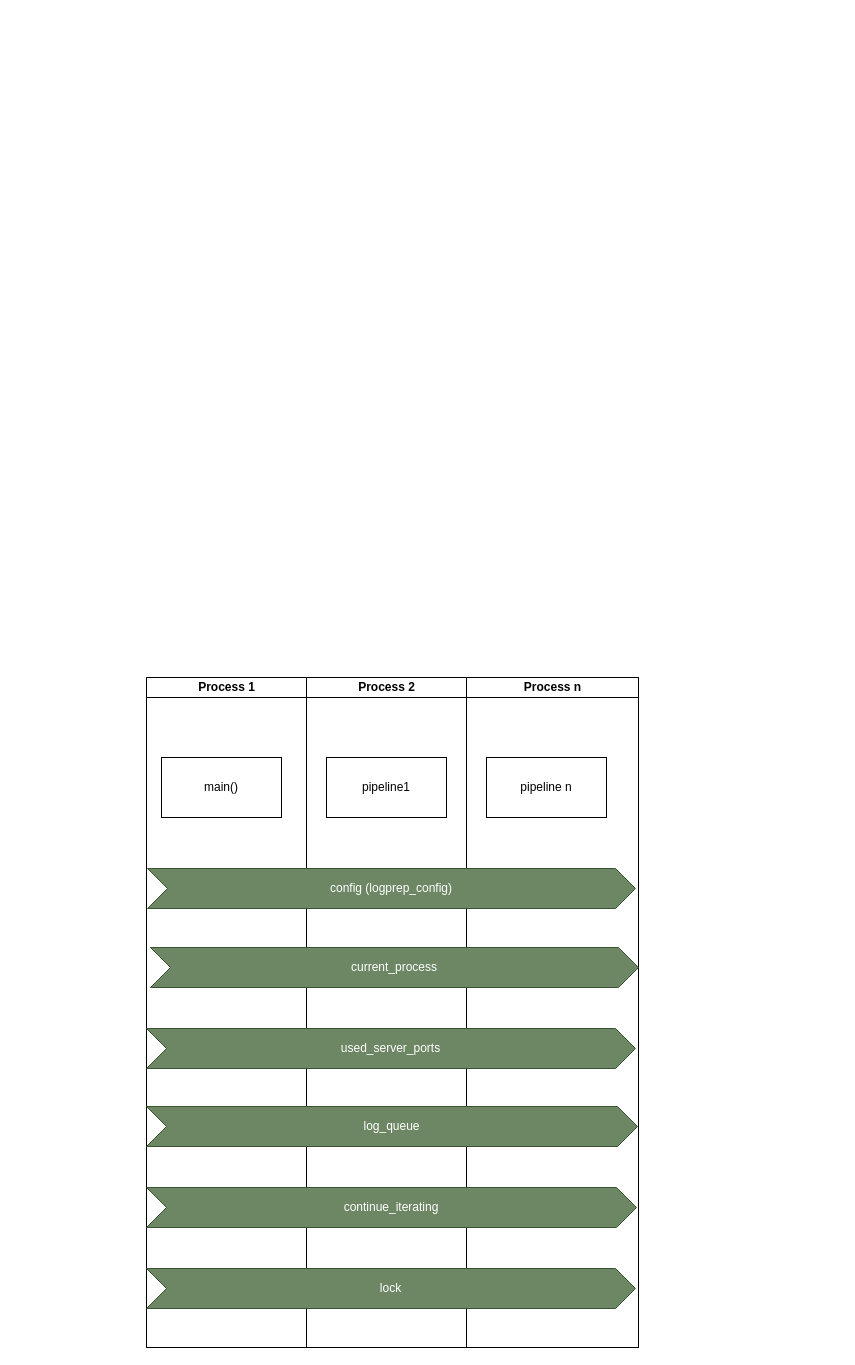
The draw.io diagram doc/source/development/architecture/diagramms/multiprocessing.drawio in fkie-cad/Logprep, before the edit. Source tidied: cells renumbered, new cells numbered last; positions are measured from the earlier drawing's top-left corner, leaving out a move shared by most shapes. Both pictures are drawn from the tidied source at 100%, with x=0, y=0 at pixel (146, 677).
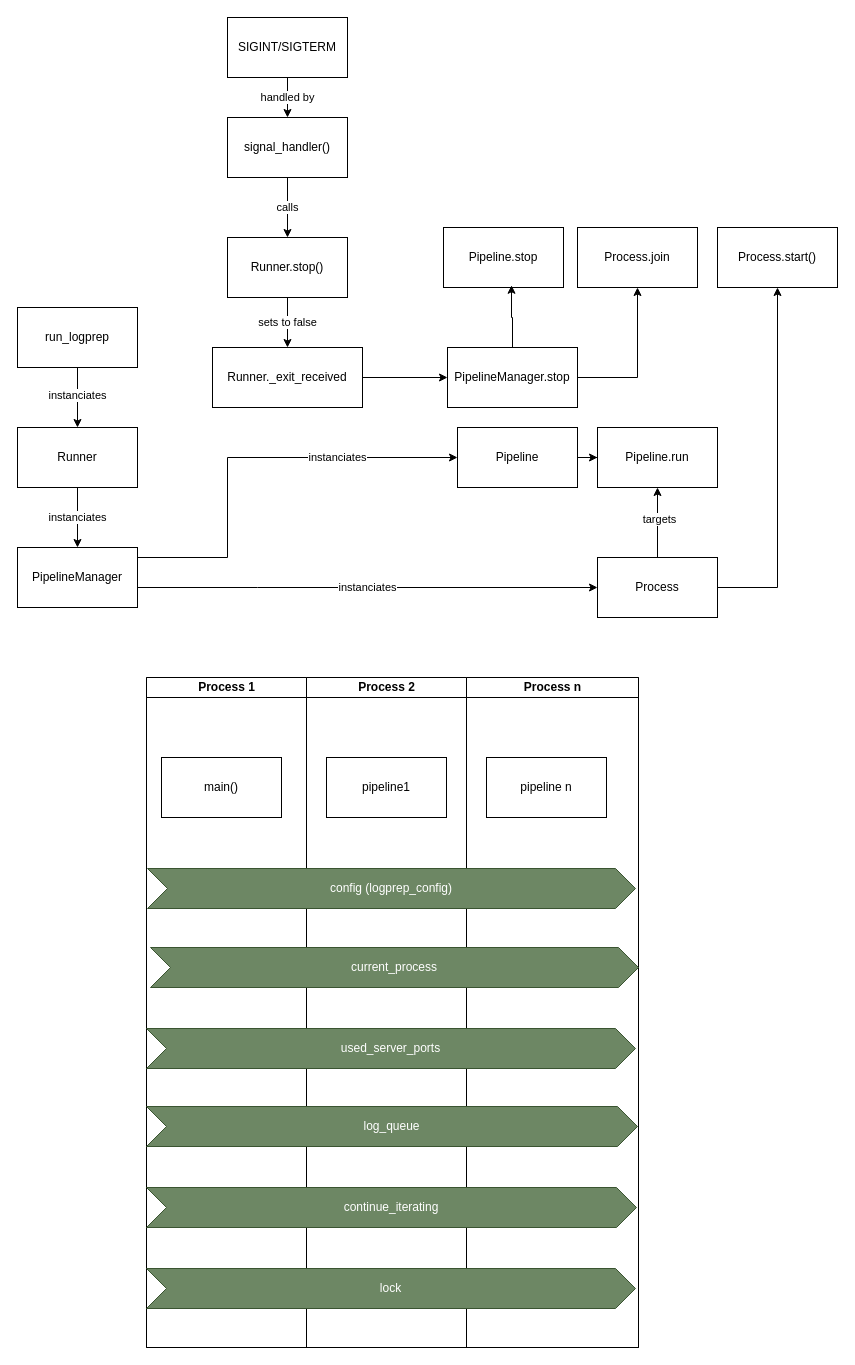
The same page after the edit.

Commit message (it also covers changes not shown here):
update multiprocessing visualization

What changed in the source:
```diff
@@
+    <mxCell id="15" style="edgeStyle=orthogonalEdgeStyle;rounded=0;jettySize=auto;html=1;entryX=0.5;entryY=0;entryDx=0;entryDy=0;" parent="1" edge="1" source="17" target="24">
+      <mxGeometry relative="1" as="geometry" />
+    </mxCell>
+    <mxCell id="16" value="instanciates" style="edgeLabel;html=1;align=center;verticalAlign=middle;" parent="15" vertex="1">
+      <mxGeometry x="-0.11" y="-1" relative="1" as="geometry" />
+    </mxCell>
+    <mxCell id="17" value="run_logprep" style="rounded=0;whiteSpace=wrap;html=1;" parent="1" vertex="1">
+      <mxGeometry x="-129" y="-370" width="120" height="60" as="geometry" />
+    </mxCell>
+    <mxCell id="18" style="edgeStyle=orthogonalEdgeStyle;rounded=0;jettySize=auto;html=1;entryX=0.5;entryY=1;entryDx=0;entryDy=0;" parent="1" edge="1" source="20" target="28">
+      <mxGeometry relative="1" as="geometry" />
+    </mxCell>
+    <mxCell id="19" value="targets" style="edgeLabel;html=1;align=center;verticalAlign=middle;" parent="18" vertex="1">
+      <mxGeometry x="0.11" y="-1" relative="1" as="geometry" />
+    </mxCell>
+    <mxCell id="20" value="Process" style="rounded=0;whiteSpace=wrap;html=1;" parent="1" vertex="1">
+      <mxGeometry x="451" y="-120" width="120" height="60" as="geometry" />
+    </mxCell>
+    <mxCell id="21" value="instanciates" style="edgeStyle=orthogonalEdgeStyle;rounded=0;jettySize=auto;html=1;entryX=0;entryY=0.5;entryDx=0;entryDy=0;" parent="1" edge="1" source="22" target="26">
+      <mxGeometry x="0.43" relative="1" as="geometry">
+        <Array as="points">
+          <mxPoint x="81" y="-120" />
+          <mxPoint x="81" y="-220" />
+        </Array>
+      </mxGeometry>
+    </mxCell>
+    <mxCell id="22" value="PipelineManager" style="rounded=0;whiteSpace=wrap;html=1;" parent="1" vertex="1">
+      <mxGeometry x="-129" y="-130" width="120" height="60" as="geometry" />
+    </mxCell>
+    <mxCell id="23" value="instanciates" style="edgeStyle=orthogonalEdgeStyle;rounded=0;jettySize=auto;html=1;" parent="1" edge="1" source="24" target="22">
+      <mxGeometry relative="1" as="geometry">
+        <Array as="points">
+          <mxPoint x="-69" y="-160" />
+          <mxPoint x="-69" y="-160" />
+        </Array>
+      </mxGeometry>
+    </mxCell>
+    <mxCell id="24" value="Runner" style="rounded=0;whiteSpace=wrap;html=1;" parent="1" vertex="1">
+      <mxGeometry x="-129" y="-250" width="120" height="60" as="geometry" />
+    </mxCell>
+    <mxCell id="25" style="edgeStyle=orthogonalEdgeStyle;rounded=0;jettySize=auto;html=1;entryX=0;entryY=0.5;entryDx=0;entryDy=0;" parent="1" edge="1" source="26" target="28">
+      <mxGeometry relative="1" as="geometry" />
+    </mxCell>
+    <mxCell id="26" value="Pipeline" style="rounded=0;whiteSpace=wrap;html=1;" parent="1" vertex="1">
+      <mxGeometry x="311" y="-250" width="120" height="60" as="geometry" />
+    </mxCell>
+    <mxCell id="27" value="instanciates" style="edgeStyle=orthogonalEdgeStyle;rounded=0;jettySize=auto;html=1;entryX=0;entryY=0.5;entryDx=0;entryDy=0;" parent="1" edge="1" target="20">
+      <mxGeometry relative="1" as="geometry">
+        <mxPoint x="-9" y="-90" as="sourcePoint" />
+        <Array as="points">
+          <mxPoint x="111" y="-90" />
+          <mxPoint x="111" y="-90" />
+        </Array>
+      </mxGeometry>
+    </mxCell>
+    <mxCell id="28" value="Pipeline.run" style="rounded=0;whiteSpace=wrap;html=1;" parent="1" vertex="1">
+      <mxGeometry x="451" y="-250" width="120" height="60" as="geometry" />
+    </mxCell>
+    <mxCell id="29" value="handled by" style="edgeStyle=orthogonalEdgeStyle;rounded=0;jettySize=auto;html=1;entryX=0.5;entryY=0;entryDx=0;entryDy=0;" parent="1" edge="1" source="30" target="32">
+      <mxGeometry relative="1" as="geometry" />
+    </mxCell>
+    <mxCell id="30" value="SIGINT/SIGTERM" style="rounded=0;whiteSpace=wrap;html=1;" parent="1" vertex="1">
+      <mxGeometry x="81" y="-660" width="120" height="60" as="geometry" />
+    </mxCell>
+    <mxCell id="31" value="calls" style="edgeStyle=orthogonalEdgeStyle;rounded=0;jettySize=auto;html=1;" parent="1" edge="1" source="32" target="34">
+      <mxGeometry relative="1" as="geometry" />
+    </mxCell>
+    <mxCell id="32" value="signal_handler()" style="rounded=0;whiteSpace=wrap;html=1;" parent="1" vertex="1">
+      <mxGeometry x="81" y="-560" width="120" height="60" as="geometry" />
+    </mxCell>
+    <mxCell id="33" value="sets to false" style="edgeStyle=orthogonalEdgeStyle;rounded=0;jettySize=auto;html=1;" parent="1" edge="1" source="34" target="35">
+      <mxGeometry relative="1" as="geometry" />
+    </mxCell>
+    <mxCell id="34" value="Runner.stop()" style="rounded=0;whiteSpace=wrap;html=1;" parent="1" vertex="1">
+      <mxGeometry x="81" y="-440" width="120" height="60" as="geometry" />
+    </mxCell>
+    <mxCell id="35" value="Runner._exit_received" style="rounded=0;whiteSpace=wrap;html=1;" parent="1" vertex="1">
+      <mxGeometry x="66" y="-330" width="150" height="60" as="geometry" />
+    </mxCell>
+    <mxCell id="36" value="Process.start()" style="rounded=0;whiteSpace=wrap;html=1;" parent="1" vertex="1">
+      <mxGeometry x="571" y="-450" width="120" height="60" as="geometry" />
+    </mxCell>
+    <mxCell id="37" style="edgeStyle=orthogonalEdgeStyle;rounded=0;jettySize=auto;html=1;" parent="1" edge="1" source="20">
+      <mxGeometry relative="1" as="geometry">
+        <mxPoint x="631" y="-390" as="targetPoint" />
+        <Array as="points">
+          <mxPoint x="631" y="-90" />
+        </Array>
+      </mxGeometry>
+    </mxCell>
+    <mxCell id="38" style="edgeStyle=orthogonalEdgeStyle;rounded=0;jettySize=auto;html=1;entryX=0.5;entryY=1;entryDx=0;entryDy=0;" parent="1" edge="1" source="39" target="41">
+      <mxGeometry relative="1" as="geometry">
+        <Array as="points">
+          <mxPoint x="491" y="-300" />
+        </Array>
+      </mxGeometry>
+    </mxCell>
+    <mxCell id="39" value="PipelineManager.stop" style="rounded=0;whiteSpace=wrap;html=1;" parent="1" vertex="1">
+      <mxGeometry x="301" y="-330" width="130" height="60" as="geometry" />
+    </mxCell>
+    <mxCell id="40" style="edgeStyle=orthogonalEdgeStyle;rounded=0;jettySize=auto;html=1;entryX=0;entryY=0.5;entryDx=0;entryDy=0;" parent="1" edge="1" source="35" target="39">
+      <mxGeometry relative="1" as="geometry" />
+    </mxCell>
+    <mxCell id="41" value="Process.join" style="rounded=0;whiteSpace=wrap;html=1;" parent="1" vertex="1">
+      <mxGeometry x="431" y="-450" width="120" height="60" as="geometry" />
+    </mxCell>
+    <mxCell id="42" value="Pipeline.stop" style="rounded=0;whiteSpace=wrap;html=1;" parent="1" vertex="1">
+      <mxGeometry x="297" y="-450" width="120" height="60" as="geometry" />
+    </mxCell>
+    <mxCell id="43" style="edgeStyle=orthogonalEdgeStyle;rounded=0;jettySize=auto;html=1;entryX=0.567;entryY=0.963;entryDx=0;entryDy=0;entryPerimeter=0;" parent="1" edge="1" source="39" target="42">
+      <mxGeometry relative="1" as="geometry" />
+    </mxCell>
```
